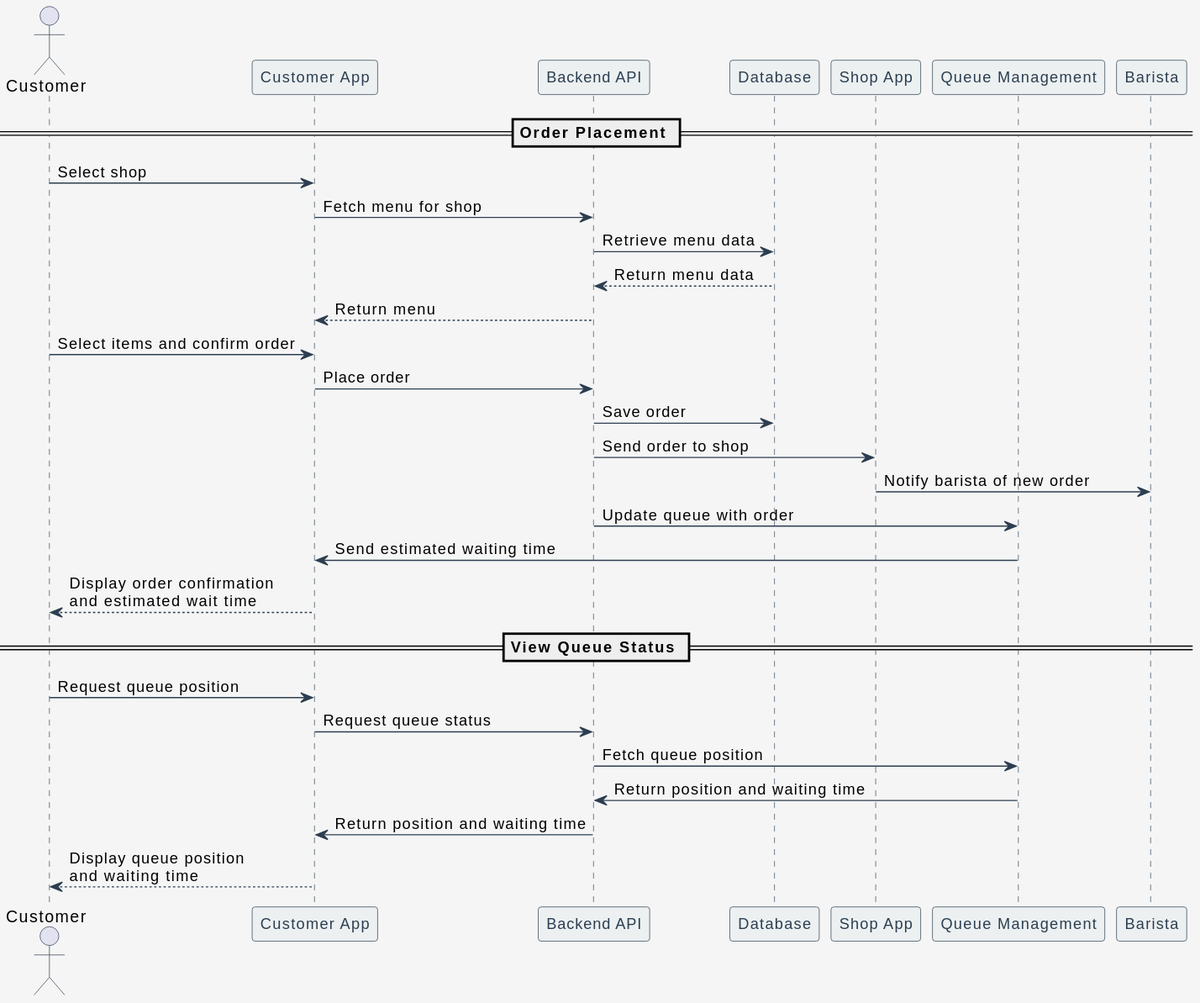
This is design/sequence/SequenceDiagram.svg from viettq1997/coffeeshopchain, a PlantUML export, as it was before one commit.
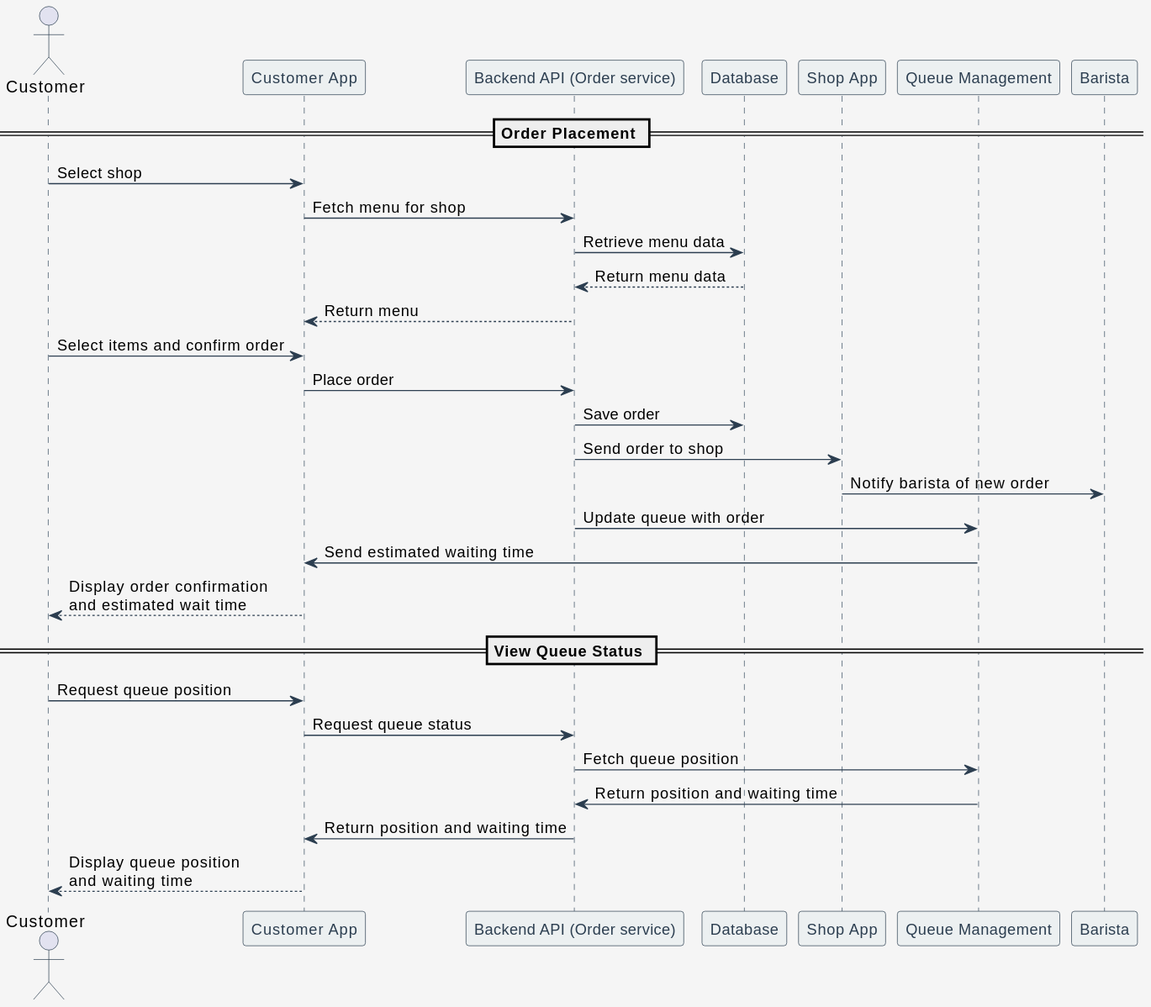
After the commit.

Commit message:
main: Update title from Backend API -> Backend API (Order Service)

What changed in the source:
```diff
@@ -17,7 +17,7 @@
 
 actor Customer
 participant "Customer App" as App
-participant "Backend API" as API
+participant "Backend API (Order service)" as API
 participant "Database" as DB
 participant "Shop App" as Shop
 participant "Queue Management" as QueueService
```
